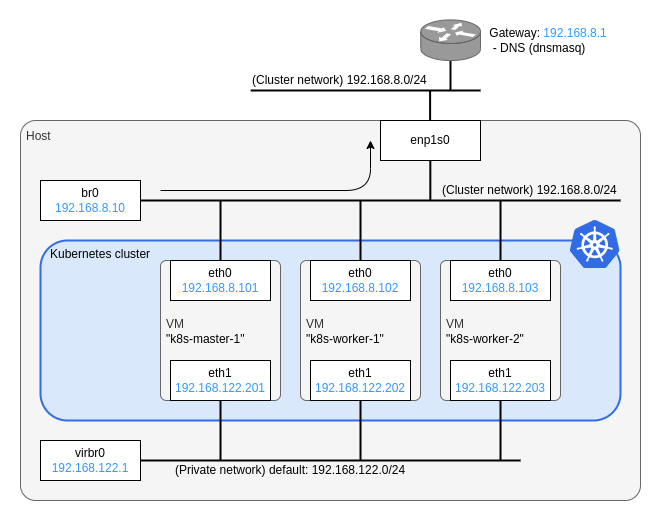
The draw.io diagram kubernetes/images/network_architecture.drawio.png in sawa2d2/k8s-on-kvm, before a commit. Source tidied: cells renumbered, new cells last; positions are measured from the earlier drawing's top-left corner, leaving out a move shared by most shapes.
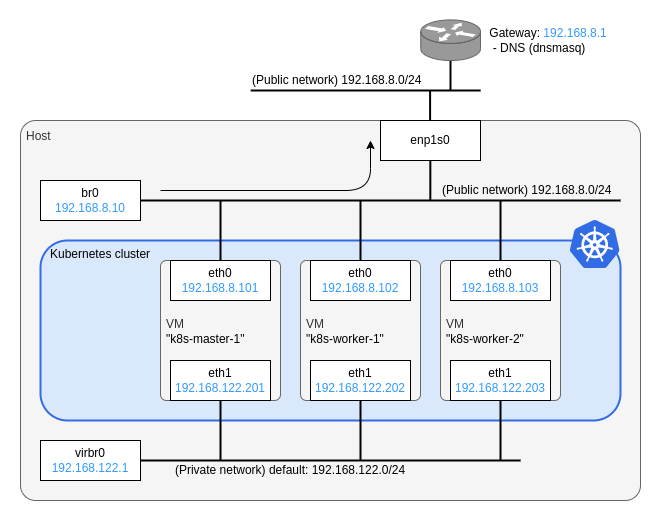
The same diagram one commit later.

Commit message:
[update]  change variable name: cluster_ip -> public_ip

Change to the diagram source:
```diff
@@ -79,7 +79,7 @@
         <mxPoint x="250.3" y="90" as="targetPoint" />
       </mxGeometry>
     </mxCell>
-    <mxCell id="20" value="&lt;font&gt;(Cluster network) 192.168.8.0/24&lt;br&gt;&lt;/font&gt;" style="rounded=0;whiteSpace=wrap;html=1;strokeColor=none;fillColor=none;fontColor=default;align=left;" parent="1" vertex="1">
+    <mxCell id="20" value="&lt;font&gt;(Public&amp;nbsp;network) 192.168.8.0/24&lt;br&gt;&lt;/font&gt;" style="rounded=0;whiteSpace=wrap;html=1;strokeColor=none;fillColor=none;fontColor=default;align=left;" parent="1" vertex="1">
       <mxGeometry x="250.3" y="70" width="179.7" height="20" as="geometry" />
     </mxCell>
     <mxCell id="21" style="edgeStyle=orthogonalEdgeStyle;rounded=0;orthogonalLoop=1;jettySize=auto;html=1;exitX=0.5;exitY=1;exitDx=0;exitDy=0;strokeWidth=2;endArrow=none;endFill=0;" parent="1" edge="1">
@@ -132,7 +132,7 @@
         <mxPoint x="429.8" y="160" as="targetPoint" />
       </mxGeometry>
     </mxCell>
-    <mxCell id="33" value="&lt;font&gt;(Cluster network) 192.168.8.0/24&lt;br&gt;&lt;/font&gt;" style="rounded=0;whiteSpace=wrap;html=1;strokeColor=none;fillColor=none;fontColor=default;align=left;" parent="1" vertex="1">
+    <mxCell id="33" value="&lt;font&gt;(Public network) 192.168.8.0/24&lt;br&gt;&lt;/font&gt;" style="rounded=0;whiteSpace=wrap;html=1;strokeColor=none;fillColor=none;fontColor=default;align=left;" parent="1" vertex="1">
       <mxGeometry x="440" y="180" width="179.7" height="20" as="geometry" />
     </mxCell>
     <mxCell id="34" value="virbr0&lt;br&gt;&lt;font color=&quot;#3399ff&quot;&gt;192.168.122.1&lt;/font&gt;" style="rounded=0;whiteSpace=wrap;html=1;" parent="1" vertex="1">
```
